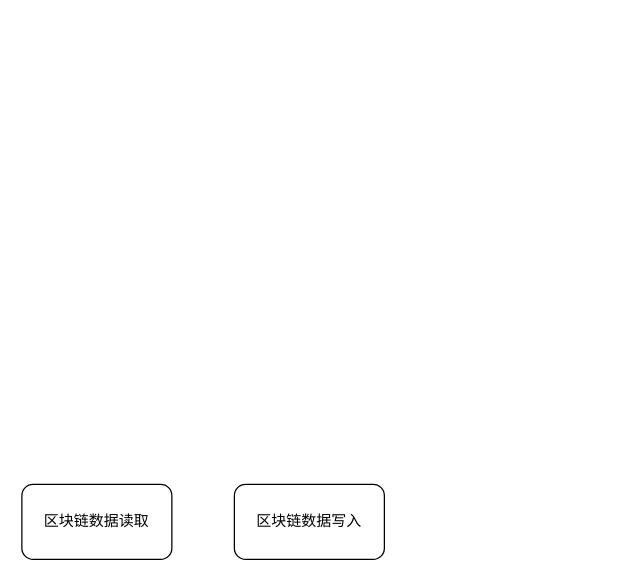
This is 有传框架.drawio from frankyzf/drawio, a draw.io file, before an edit. Source tidied: cells renumbered, new cells numbered last; positions are measured from the earlier drawing's top-left corner, leaving out a move shared by most shapes. Both pictures are drawn from the tidied source at 125%, with x=0, y=0 at pixel (21, 484).
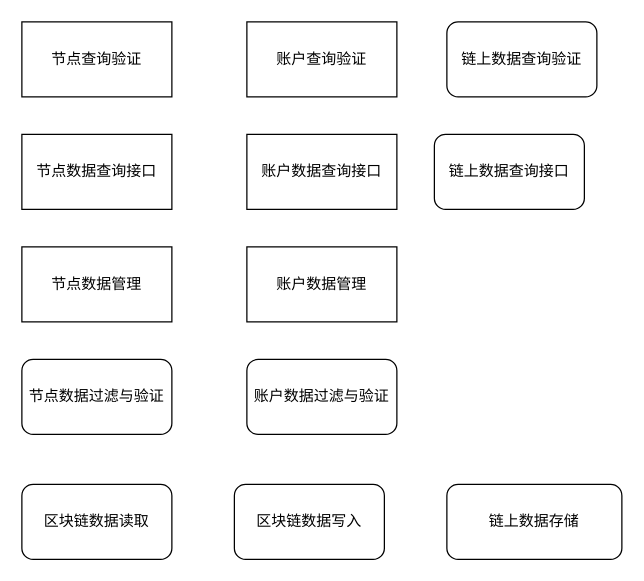
The same diagram, later.

What changed in the source:
```diff
@@
 <mxGraphModel>
   <root>
     <mxCell id="0" />
     <mxCell id="1" parent="0" />
     <mxCell id="2" value="区块链数据读取" style="rounded=1;whiteSpace=wrap;html=1;" parent="1" vertex="1">
       <mxGeometry width="120" height="60" as="geometry" />
     </mxCell>
     <mxCell id="3" value="区块链数据写入" style="rounded=1;whiteSpace=wrap;html=1;" parent="1" vertex="1">
       <mxGeometry x="170" width="120" height="60" as="geometry" />
     </mxCell>
+    <mxCell id="4" value="节点数据过滤与验证" style="rounded=1;whiteSpace=wrap;html=1;" parent="1" vertex="1">
+      <mxGeometry y="-100" width="120" height="60" as="geometry" />
+    </mxCell>
+    <mxCell id="5" value="节点数据管理" style="rounded=0;whiteSpace=wrap;html=1;" parent="1" vertex="1">
+      <mxGeometry y="-190" width="120" height="60" as="geometry" />
+    </mxCell>
+    <mxCell id="6" value="节点数据查询接口" style="rounded=0;whiteSpace=wrap;html=1;" parent="1" vertex="1">
+      <mxGeometry y="-280" width="120" height="60" as="geometry" />
+    </mxCell>
+    <mxCell id="7" value="账户数据过滤与验证" style="rounded=1;whiteSpace=wrap;html=1;" parent="1" vertex="1">
+      <mxGeometry x="180" y="-100" width="120" height="60" as="geometry" />
+    </mxCell>
+    <mxCell id="8" value="节点查询验证" style="rounded=0;whiteSpace=wrap;html=1;" parent="1" vertex="1">
+      <mxGeometry y="-370" width="120" height="60" as="geometry" />
+    </mxCell>
+    <mxCell id="9" value="账户数据管理" style="rounded=0;whiteSpace=wrap;html=1;" parent="1" vertex="1">
+      <mxGeometry x="180" y="-190" width="120" height="60" as="geometry" />
+    </mxCell>
+    <mxCell id="10" value="账户数据查询接口" style="rounded=0;whiteSpace=wrap;html=1;" parent="1" vertex="1">
+      <mxGeometry x="180" y="-280" width="120" height="60" as="geometry" />
+    </mxCell>
+    <mxCell id="11" value="账户查询验证" style="rounded=0;whiteSpace=wrap;html=1;" parent="1" vertex="1">
+      <mxGeometry x="180" y="-370" width="120" height="60" as="geometry" />
+    </mxCell>
+    <mxCell id="12" value="链上数据存储" style="rounded=1;whiteSpace=wrap;html=1;" parent="1" vertex="1">
+      <mxGeometry x="340" width="140" height="60" as="geometry" />
+    </mxCell>
+    <mxCell id="13" value="链上数据查询接口" style="rounded=1;whiteSpace=wrap;html=1;" parent="1" vertex="1">
+      <mxGeometry x="330" y="-280" width="120" height="60" as="geometry" />
+    </mxCell>
+    <mxCell id="14" value="链上数据查询验证" style="rounded=1;whiteSpace=wrap;html=1;" parent="1" vertex="1">
+      <mxGeometry x="340" y="-370" width="120" height="60" as="geometry" />
+    </mxCell>
   </root>
 </mxGraphModel>
```
